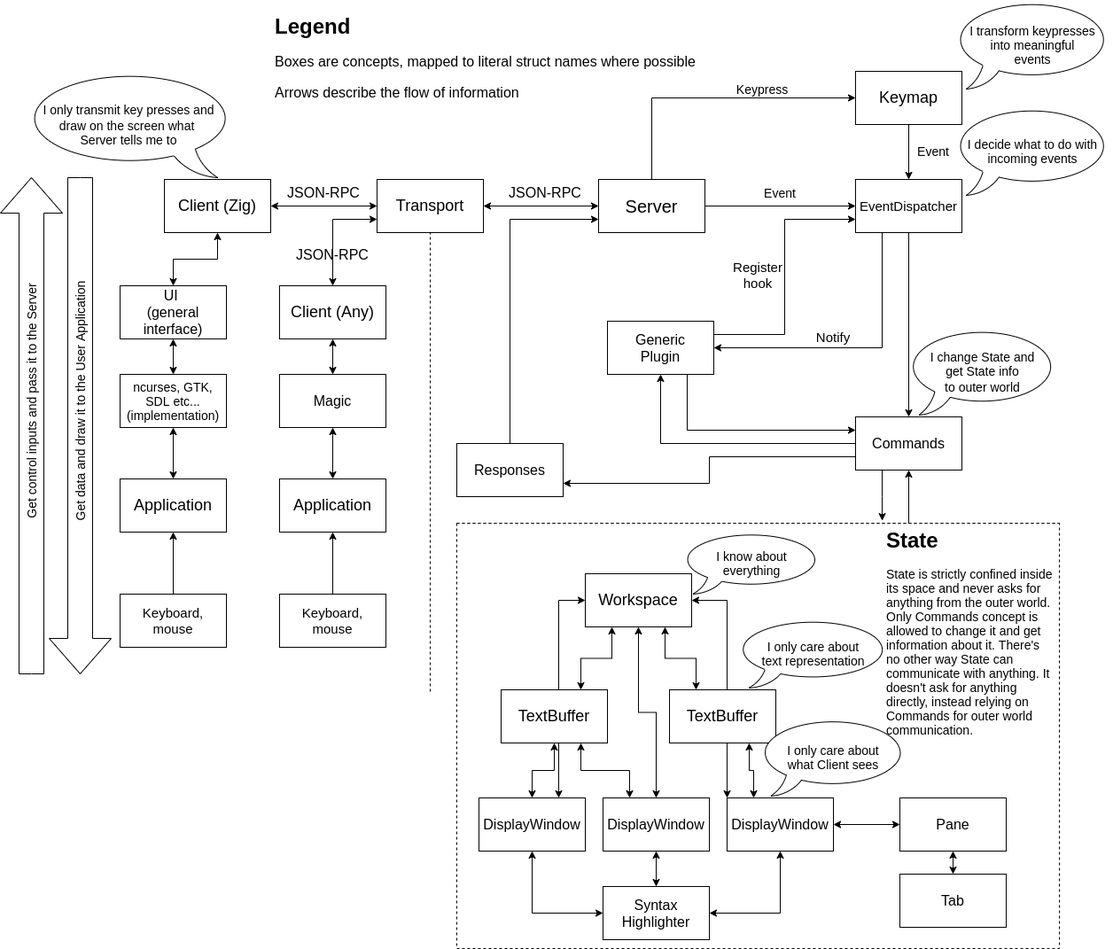
The draw.io diagram docs/assets/architecture.png in greenfork/kisa, before a commit. Source tidied: cells renumbered, new cells last; positions are measured from the earlier drawing's top-left corner, leaving out a move shared by most shapes.
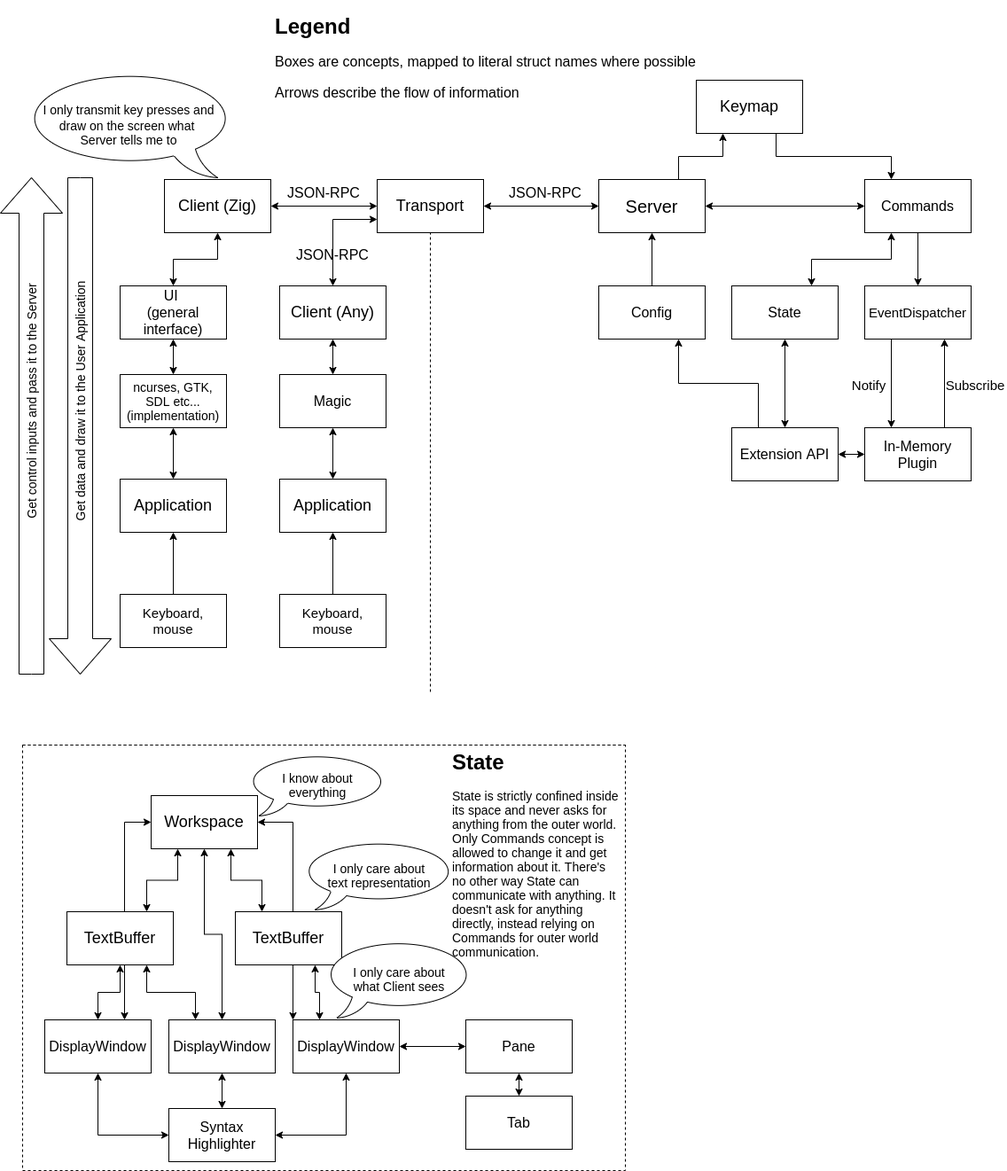
Above is the later version.

Commit message:
docs: Update architecture schema

What changed in the source:
```diff
@@ -34,10 +34,10 @@
     <mxCell id="11" value="&lt;font style=&quot;font-size: 18px&quot;&gt;Transport&lt;/font&gt;" style="rounded=0;whiteSpace=wrap;html=1;" parent="1" vertex="1">
       <mxGeometry x="540" y="202" width="120" height="60" as="geometry" />
     </mxCell>
-    <mxCell id="12" style="edgeStyle=orthogonalEdgeStyle;rounded=0;jettySize=auto;html=1;exitX=1;exitY=0.5;exitDx=0;exitDy=0;entryX=0;entryY=0.5;entryDx=0;entryDy=0;startArrow=none;startFill=0;endArrow=classic;endFill=1;strokeColor=#000000;" parent="1" edge="1" source="14" target="27">
-      <mxGeometry relative="1" as="geometry" />
-    </mxCell>
+    <mxCell id="85" style="edgeStyle=orthogonalEdgeStyle;rounded=0;jettySize=auto;html=1;exitX=1;exitY=0.5;exitDx=0;exitDy=0;entryX=0;entryY=0.5;entryDx=0;entryDy=0;startArrow=classic;startFill=1;" parent="1" edge="1" source="14" target="32">
+      <mxGeometry relative="1" as="geometry" />
+    </mxCell>
-    <mxCell id="13" style="edgeStyle=orthogonalEdgeStyle;rounded=0;jettySize=auto;html=1;exitX=0.5;exitY=0;exitDx=0;exitDy=0;entryX=0;entryY=0.5;entryDx=0;entryDy=0;" parent="1" edge="1" source="14" target="76">
+    <mxCell id="13" style="edgeStyle=orthogonalEdgeStyle;rounded=0;jettySize=auto;html=1;exitX=0.75;exitY=0;exitDx=0;exitDy=0;entryX=0.25;entryY=1;entryDx=0;entryDy=0;" parent="1" edge="1" source="14" target="76">
       <mxGeometry relative="1" as="geometry" />
     </mxCell>
     <mxCell id="14" value="&lt;font style=&quot;font-size: 20px&quot;&gt;Server&lt;/font&gt;" style="rounded=0;whiteSpace=wrap;html=1;" parent="1" vertex="1">
@@ -73,29 +73,23 @@
     <mxCell id="24" value="&lt;h1&gt;Legend&lt;/h1&gt;&lt;p style=&quot;font-size: 16px&quot;&gt;&lt;font style=&quot;font-size: 16px&quot;&gt;Boxes are concepts, mapped to literal struct names where possible&lt;/font&gt;&lt;/p&gt;&lt;p style=&quot;font-size: 16px&quot;&gt;&lt;font style=&quot;font-size: 16px&quot;&gt;Arrows describe the flow of information&lt;/font&gt;&lt;/p&gt;" style="text;html=1;strokeColor=none;fillColor=none;spacing=5;spacingTop=-20;whiteSpace=wrap;overflow=hidden;rounded=0;" parent="1" vertex="1">
       <mxGeometry x="420" y="10" width="490" height="150" as="geometry" />
     </mxCell>
-    <mxCell id="25" style="edgeStyle=orthogonalEdgeStyle;rounded=0;jettySize=auto;html=1;exitX=0.5;exitY=1;exitDx=0;exitDy=0;entryX=0.5;entryY=0;entryDx=0;entryDy=0;startArrow=none;startFill=0;" parent="1" edge="1" source="27" target="32">
-      <mxGeometry relative="1" as="geometry" />
-    </mxCell>
-    <mxCell id="26" style="edgeStyle=orthogonalEdgeStyle;rounded=0;jettySize=auto;html=1;exitX=0.25;exitY=1;exitDx=0;exitDy=0;entryX=1;entryY=0.5;entryDx=0;entryDy=0;" parent="1" edge="1" source="27" target="43">
+    <mxCell id="26" style="edgeStyle=orthogonalEdgeStyle;rounded=0;jettySize=auto;html=1;exitX=0.25;exitY=1;exitDx=0;exitDy=0;entryX=0.25;entryY=0;entryDx=0;entryDy=0;" parent="1" edge="1" source="27" target="43">
       <mxGeometry relative="1" as="geometry" />
     </mxCell>
     <mxCell id="27" value="&lt;font style=&quot;font-size: 15px&quot;&gt;EventDispatcher&lt;/font&gt;" style="rounded=0;whiteSpace=wrap;html=1;" parent="1" vertex="1">
-      <mxGeometry x="1080" y="202" width="120" height="60" as="geometry" />
+      <mxGeometry x="1090" y="322" width="120" height="60" as="geometry" />
     </mxCell>
     <mxCell id="28" value="&lt;span style=&quot;font-size: 14px&quot;&gt;I only transmit&amp;nbsp;&lt;/span&gt;&lt;span style=&quot;font-size: 14px&quot;&gt;key presses and&lt;/span&gt;&lt;br style=&quot;font-size: 14px&quot;&gt;&lt;span style=&quot;font-size: 14px&quot;&gt;draw on the screen&amp;nbsp;&lt;/span&gt;&lt;span style=&quot;font-size: 14px&quot;&gt;what &lt;br&gt;Server tells me to&lt;/span&gt;" style="whiteSpace=wrap;html=1;shape=mxgraph.basic.oval_callout;rounded=0;direction=east;flipH=1;" parent="1" vertex="1">
       <mxGeometry x="140" y="80" width="240" height="120" as="geometry" />
     </mxCell>
-    <mxCell id="29" style="edgeStyle=orthogonalEdgeStyle;rounded=0;jettySize=auto;html=1;exitX=0.25;exitY=1;exitDx=0;exitDy=0;entryX=0.706;entryY=-0.006;entryDx=0;entryDy=0;entryPerimeter=0;" parent="1" edge="1" source="32" target="48">
-      <mxGeometry relative="1" as="geometry" />
-    </mxCell>
-    <mxCell id="30" style="edgeStyle=orthogonalEdgeStyle;rounded=0;jettySize=auto;html=1;exitX=0;exitY=0.75;exitDx=0;exitDy=0;entryX=1;entryY=0.75;entryDx=0;entryDy=0;" parent="1" edge="1" source="32" target="46">
-      <mxGeometry relative="1" as="geometry" />
-    </mxCell>
-    <mxCell id="31" style="edgeStyle=orthogonalEdgeStyle;rounded=0;jettySize=auto;html=1;exitX=0;exitY=0.5;exitDx=0;exitDy=0;entryX=0.5;entryY=1;entryDx=0;entryDy=0;" parent="1" edge="1" source="32" target="43">
-      <mxGeometry relative="1" as="geometry" />
-    </mxCell>
+    <mxCell id="86" style="edgeStyle=orthogonalEdgeStyle;rounded=0;jettySize=auto;html=1;exitX=0.5;exitY=1;exitDx=0;exitDy=0;entryX=0.5;entryY=0;entryDx=0;entryDy=0;" parent="1" edge="1" source="32" target="27">
+      <mxGeometry relative="1" as="geometry" />
+    </mxCell>
+    <mxCell id="87" style="edgeStyle=orthogonalEdgeStyle;rounded=0;jettySize=auto;html=1;exitX=0.25;exitY=1;exitDx=0;exitDy=0;entryX=0.75;entryY=0;entryDx=0;entryDy=0;startArrow=classic;startFill=1;" parent="1" edge="1" source="32" target="90">
+      <mxGeometry relative="1" as="geometry" />
+    </mxCell>
     <mxCell id="32" value="&lt;font style=&quot;font-size: 16px&quot;&gt;Commands&lt;/font&gt;" style="rounded=0;whiteSpace=wrap;html=1;" parent="1" vertex="1">
-      <mxGeometry x="1080" y="470" width="120" height="60" as="geometry" />
+      <mxGeometry x="1090" y="202" width="120" height="60" as="geometry" />
     </mxCell>
     <mxCell id="33" style="edgeStyle=orthogonalEdgeStyle;rounded=0;jettySize=auto;html=1;exitX=0.5;exitY=0;exitDx=0;exitDy=0;entryX=0.5;entryY=1;entryDx=0;entryDy=0;startArrow=none;startFill=0;endArrow=classic;endFill=1;strokeColor=#000000;" parent="1" edge="1" source="34" target="15">
       <mxGeometry relative="1" as="geometry" />
@@ -121,29 +115,20 @@
     <mxCell id="40" value="&lt;font style=&quot;font-size: 14px&quot;&gt;Get control inputs and pass it to the Server&lt;br&gt;&lt;/font&gt;" style="text;html=1;strokeColor=none;fillColor=none;align=center;verticalAlign=middle;whiteSpace=wrap;rounded=0;rotation=270;" parent="1" vertex="1">
       <mxGeometry y="432" width="300" height="40" as="geometry" />
     </mxCell>
-    <mxCell id="41" style="edgeStyle=orthogonalEdgeStyle;rounded=0;jettySize=auto;html=1;exitX=1;exitY=0.25;exitDx=0;exitDy=0;entryX=0;entryY=0.75;entryDx=0;entryDy=0;startArrow=none;startFill=0;" parent="1" edge="1" source="43" target="27">
+    <mxCell id="41" style="edgeStyle=orthogonalEdgeStyle;rounded=0;jettySize=auto;html=1;exitX=0.75;exitY=0;exitDx=0;exitDy=0;entryX=0.75;entryY=1;entryDx=0;entryDy=0;" parent="1" edge="1" source="43" target="27">
       <mxGeometry relative="1" as="geometry" />
     </mxCell>
-    <mxCell id="42" style="edgeStyle=orthogonalEdgeStyle;rounded=0;jettySize=auto;html=1;exitX=0.75;exitY=1;exitDx=0;exitDy=0;entryX=0;entryY=0.25;entryDx=0;entryDy=0;" parent="1" edge="1" source="43" target="32">
-      <mxGeometry relative="1" as="geometry" />
-    </mxCell>
+    <mxCell id="88" style="edgeStyle=orthogonalEdgeStyle;rounded=0;jettySize=auto;html=1;exitX=0;exitY=0.5;exitDx=0;exitDy=0;entryX=1;entryY=0.5;entryDx=0;entryDy=0;startArrow=classic;startFill=1;" parent="1" edge="1" source="43" target="95">
+      <mxGeometry relative="1" as="geometry" />
+    </mxCell>
-    <mxCell id="43" value="&lt;font style=&quot;font-size: 16px&quot;&gt;Generic&lt;br&gt;Plugin&lt;br&gt;&lt;/font&gt;" style="rounded=0;whiteSpace=wrap;html=1;" parent="1" vertex="1">
-      <mxGeometry x="800" y="362" width="120" height="60" as="geometry" />
+    <mxCell id="43" value="&lt;font style=&quot;font-size: 16px&quot;&gt;In-Memory&lt;br&gt;Plugin&lt;br&gt;&lt;/font&gt;" style="rounded=0;whiteSpace=wrap;html=1;" parent="1" vertex="1">
+      <mxGeometry x="1090" y="482" width="120" height="60" as="geometry" />
     </mxCell>
     <mxCell id="44" value="&lt;font style=&quot;font-size: 16px&quot;&gt;JSON-RPC&lt;/font&gt;" style="text;html=1;strokeColor=none;fillColor=none;align=center;verticalAlign=middle;whiteSpace=wrap;rounded=0;" parent="1" vertex="1">
       <mxGeometry x="440" y="272" width="100" height="30" as="geometry" />
     </mxCell>
-    <mxCell id="45" style="edgeStyle=orthogonalEdgeStyle;rounded=0;jettySize=auto;html=1;exitX=0.5;exitY=0;exitDx=0;exitDy=0;entryX=0;entryY=0.75;entryDx=0;entryDy=0;" parent="1" edge="1" source="46" target="14">
-      <mxGeometry relative="1" as="geometry" />
-    </mxCell>
-    <mxCell id="46" value="&lt;font style=&quot;font-size: 16px&quot;&gt;Responses&lt;/font&gt;" style="rounded=0;whiteSpace=wrap;html=1;shadow=0;sketch=0;" parent="1" vertex="1">
-      <mxGeometry x="630" y="500" width="120" height="60" as="geometry" />
-    </mxCell>
-    <mxCell id="47" style="edgeStyle=orthogonalEdgeStyle;rounded=0;jettySize=auto;html=1;exitX=0.75;exitY=0;exitDx=0;exitDy=0;entryX=0.5;entryY=1;entryDx=0;entryDy=0;" parent="1" edge="1" source="48" target="32">
-      <mxGeometry relative="1" as="geometry" />
-    </mxCell>
     <mxCell id="48" style="swimlane;startSize=0;dashed=1;" parent="1" vertex="1">
-      <mxGeometry x="630" y="590" width="680" height="480" as="geometry" />
+      <mxGeometry x="140" y="840" width="680" height="480" as="geometry" />
     </mxCell>
     <mxCell id="49" style="edgeStyle=orthogonalEdgeStyle;rounded=0;jettySize=auto;html=1;exitX=0.5;exitY=0;exitDx=0;exitDy=0;entryX=0.5;entryY=1;entryDx=0;entryDy=0;startArrow=classic;startFill=1;" parent="48" edge="1" source="51" target="63">
       <mxGeometry relative="1" as="geometry" />
@@ -223,35 +208,35 @@
     <mxCell id="74" value="&lt;font style=&quot;font-size: 16px&quot;&gt;Tab&lt;/font&gt;" style="rounded=0;whiteSpace=wrap;html=1;" parent="48" vertex="1">
       <mxGeometry x="500" y="396" width="120" height="60" as="geometry" />
     </mxCell>
-    <mxCell id="75" style="edgeStyle=orthogonalEdgeStyle;rounded=0;jettySize=auto;html=1;" parent="1" edge="1" source="76" target="27">
-      <mxGeometry relative="1" as="geometry" />
-    </mxCell>
+    <mxCell id="89" style="edgeStyle=orthogonalEdgeStyle;rounded=0;jettySize=auto;html=1;exitX=0.75;exitY=1;exitDx=0;exitDy=0;entryX=0.25;entryY=0;entryDx=0;entryDy=0;" parent="1" edge="1" source="76" target="32">
+      <mxGeometry relative="1" as="geometry" />
+    </mxCell>
     <mxCell id="76" value="&lt;font style=&quot;font-size: 18px&quot;&gt;Keymap&lt;/font&gt;" style="rounded=0;whiteSpace=wrap;html=1;" parent="1" vertex="1">
-      <mxGeometry x="1080" y="80" width="120" height="60" as="geometry" />
+      <mxGeometry x="900" y="90" width="120" height="60" as="geometry" />
     </mxCell>
-    <mxCell id="77" value="&lt;font style=&quot;font-size: 14px&quot;&gt;Keypress&lt;/font&gt;" style="text;html=1;strokeColor=none;fillColor=none;align=center;verticalAlign=middle;whiteSpace=wrap;rounded=0;" parent="1" vertex="1">
-      <mxGeometry x="940" y="90" width="70" height="20" as="geometry" />
-    </mxCell>
-    <mxCell id="78" value="&lt;font style=&quot;font-size: 14px&quot;&gt;Event&lt;/font&gt;" style="text;html=1;strokeColor=none;fillColor=none;align=center;verticalAlign=middle;whiteSpace=wrap;rounded=0;" parent="1" vertex="1">
-      <mxGeometry x="1142" y="160" width="52" height="20" as="geometry" />
-    </mxCell>
-    <mxCell id="79" value="&lt;font style=&quot;font-size: 15px&quot;&gt;Register&lt;br&gt;hook&lt;br&gt;&lt;/font&gt;" style="text;html=1;strokeColor=none;fillColor=none;align=center;verticalAlign=middle;whiteSpace=wrap;rounded=0;" parent="1" vertex="1">
-      <mxGeometry x="935" y="290" width="70" height="40" as="geometry" />
+    <mxCell id="79" value="&lt;font style=&quot;font-size: 15px&quot;&gt;Subscribe&lt;br&gt;&lt;/font&gt;" style="text;html=1;strokeColor=none;fillColor=none;align=center;verticalAlign=middle;whiteSpace=wrap;rounded=0;" parent="1" vertex="1">
+      <mxGeometry x="1180" y="414" width="70" height="40" as="geometry" />
     </mxCell>
     <mxCell id="80" value="&lt;font style=&quot;font-size: 15px&quot;&gt;Notify&lt;/font&gt;" style="text;html=1;strokeColor=none;fillColor=none;align=center;verticalAlign=middle;whiteSpace=wrap;rounded=0;" parent="1" vertex="1">
-      <mxGeometry x="1030" y="370" width="50" height="20" as="geometry" />
+      <mxGeometry x="1070" y="424" width="50" height="20" as="geometry" />
     </mxCell>
-    <mxCell id="81" value="&lt;span style=&quot;font-size: 14px&quot;&gt;I change State and&lt;br&gt;&lt;/span&gt;&lt;span style=&quot;font-size: 14px&quot;&gt;get State info&lt;/span&gt;&lt;br style=&quot;font-size: 14px&quot;&gt;&lt;span style=&quot;font-size: 14px&quot;&gt;to outer world&lt;/span&gt;&lt;span style=&quot;font-size: 14px&quot;&gt;&lt;br&gt;&lt;/span&gt;" style="whiteSpace=wrap;shape=mxgraph.basic.oval_callout;rounded=0;direction=east;flipH=0;flipV=0;sketch=0;shadow=0;labelPosition=center;verticalLabelPosition=middle;align=center;verticalAlign=middle;labelBorderColor=none;html=1;" parent="1" vertex="1">
-      <mxGeometry x="1137" y="370" width="173" height="98" as="geometry" />
-    </mxCell>
-    <mxCell id="82" value="&lt;font style=&quot;font-size: 14px&quot;&gt;Event&lt;/font&gt;" style="text;html=1;strokeColor=none;fillColor=none;align=center;verticalAlign=middle;whiteSpace=wrap;rounded=0;" parent="1" vertex="1">
-      <mxGeometry x="960" y="207" width="70" height="20" as="geometry" />
-    </mxCell>
-    <mxCell id="83" value="&lt;span style=&quot;font-size: 14px&quot;&gt;I transform keypresses&lt;br&gt;into meaningful&lt;br&gt;events&lt;br&gt;&lt;/span&gt;" style="whiteSpace=wrap;shape=mxgraph.basic.oval_callout;rounded=0;direction=east;flipH=0;flipV=0;sketch=0;shadow=0;labelPosition=center;verticalLabelPosition=middle;align=center;verticalAlign=middle;labelBorderColor=none;html=1;" parent="1" vertex="1">
-      <mxGeometry x="1190" width="180" height="100" as="geometry" />
-    </mxCell>
-    <mxCell id="84" value="&lt;span style=&quot;font-size: 14px&quot;&gt;I decide what to do with&lt;br&gt;incoming events&lt;br&gt;&lt;/span&gt;" style="whiteSpace=wrap;shape=mxgraph.basic.oval_callout;rounded=0;direction=east;flipH=0;flipV=0;sketch=0;shadow=0;labelPosition=center;verticalLabelPosition=middle;align=center;verticalAlign=middle;labelBorderColor=none;html=1;" parent="1" vertex="1">
-      <mxGeometry x="1190" y="120" width="180" height="100" as="geometry" />
-    </mxCell>
+    <mxCell id="90" value="&lt;font style=&quot;font-size: 16px&quot;&gt;State&lt;br&gt;&lt;/font&gt;" style="rounded=0;whiteSpace=wrap;html=1;" parent="1" vertex="1">
+      <mxGeometry x="940" y="322" width="120" height="60" as="geometry" />
+    </mxCell>
+    <mxCell id="91" style="edgeStyle=orthogonalEdgeStyle;rounded=0;jettySize=auto;html=1;exitX=0.5;exitY=0;exitDx=0;exitDy=0;entryX=0.5;entryY=1;entryDx=0;entryDy=0;startArrow=none;startFill=0;" parent="1" edge="1" source="92" target="14">
+      <mxGeometry relative="1" as="geometry" />
+    </mxCell>
+    <mxCell id="92" value="&lt;font style=&quot;font-size: 16px&quot;&gt;Config&lt;br&gt;&lt;/font&gt;" style="rounded=0;whiteSpace=wrap;html=1;" parent="1" vertex="1">
+      <mxGeometry x="790" y="322" width="120" height="60" as="geometry" />
+    </mxCell>
+    <mxCell id="93" style="edgeStyle=orthogonalEdgeStyle;rounded=0;jettySize=auto;html=1;exitX=0.5;exitY=0;exitDx=0;exitDy=0;entryX=0.5;entryY=1;entryDx=0;entryDy=0;startArrow=classic;startFill=1;" parent="1" edge="1" source="95" target="90">
+      <mxGeometry relative="1" as="geometry" />
+    </mxCell>
+    <mxCell id="94" style="edgeStyle=orthogonalEdgeStyle;rounded=0;jettySize=auto;html=1;exitX=0.25;exitY=0;exitDx=0;exitDy=0;entryX=0.75;entryY=1;entryDx=0;entryDy=0;startArrow=none;startFill=0;" parent="1" edge="1" source="95" target="92">
+      <mxGeometry relative="1" as="geometry" />
+    </mxCell>
+    <mxCell id="95" value="&lt;font style=&quot;font-size: 16px&quot;&gt;Extension API&lt;br&gt;&lt;/font&gt;" style="rounded=0;whiteSpace=wrap;html=1;" parent="1" vertex="1">
+      <mxGeometry x="940" y="482" width="120" height="60" as="geometry" />
+    </mxCell>
   </root>
 </mxGraphModel>
```
